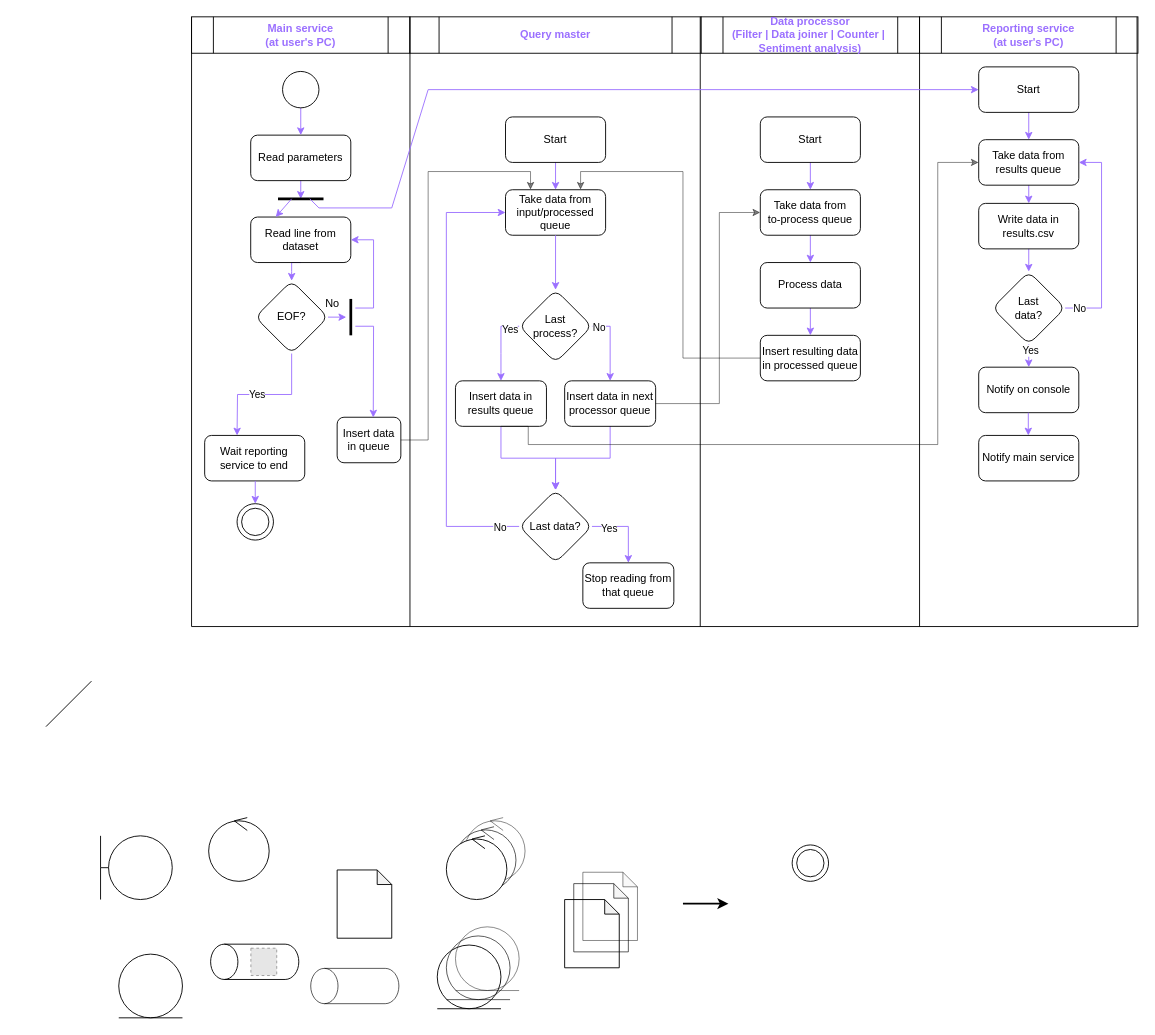
mateogdupont/escalabilidad keeps this draw.io diagram as page "Diagrama de actividades" (3 of 6) of diagrams/diagramas.drawio. Above is the earlier version. Source tidied: cells renumbered, new cells numbered last; positions are measured from the earlier drawing's top-left corner, leaving out a move shared by most shapes. Both pictures are drawn from the tidied source at 91%, with x=0, y=0 at pixel (46, 16). Pictures stored in the file or linked from it are replaced by grey dashed boxes.
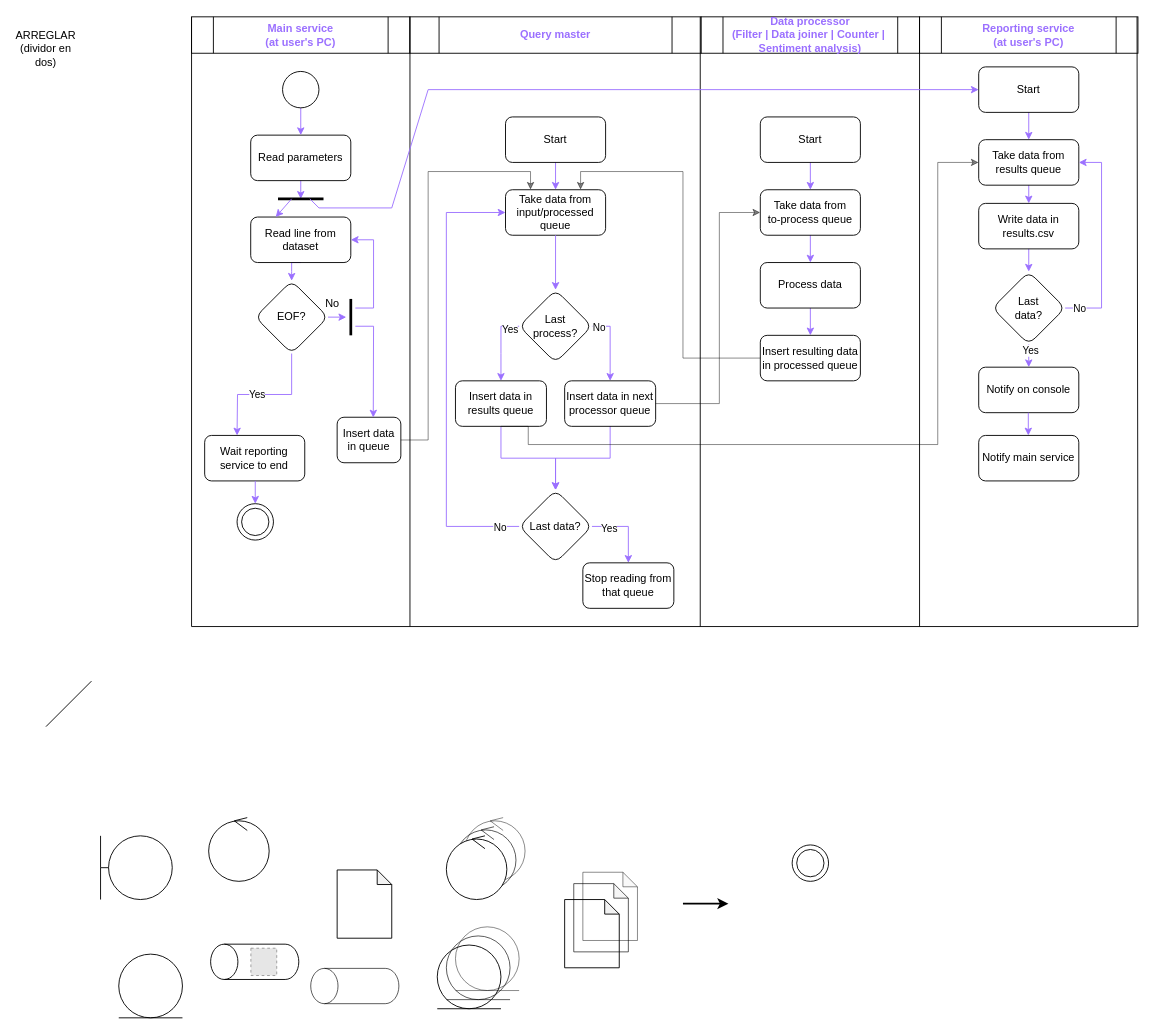
After the change.

What changed in the source:
```diff
@@
+    <mxCell id="126" value="ARREGLAR (dividor en dos)" style="text;html=1;align=center;verticalAlign=middle;whiteSpace=wrap;rounded=0;" parent="1" vertex="1">
+      <mxGeometry x="-30" y="20" width="60" height="30" as="geometry" />
+    </mxCell>
```
